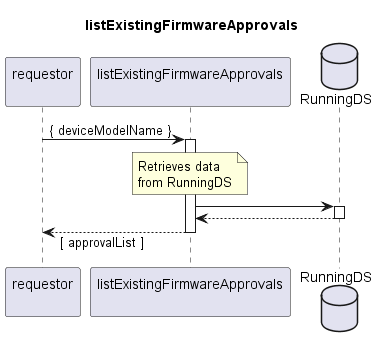
Above: spec/Services/listExistingFirmwareApprovals/1.0.0/listExistingFirmwareApprovals.png in openBackhaul/FirmWareManager (PlantUML), before the change.
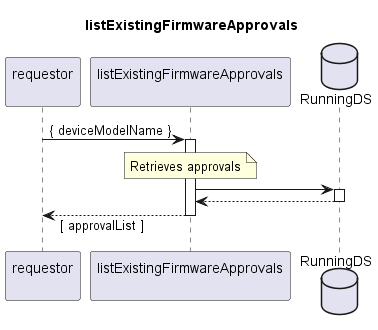
After the change.

Diff of the diagram source:
```diff
@@ -13,8 +13,7 @@
 activate indServ
 
   note over indServ
-    Retrieves data
-    from RunningDS
+    Retrieves approvals
   end note
   indServ -> RunDS
   activate RunDS
```
